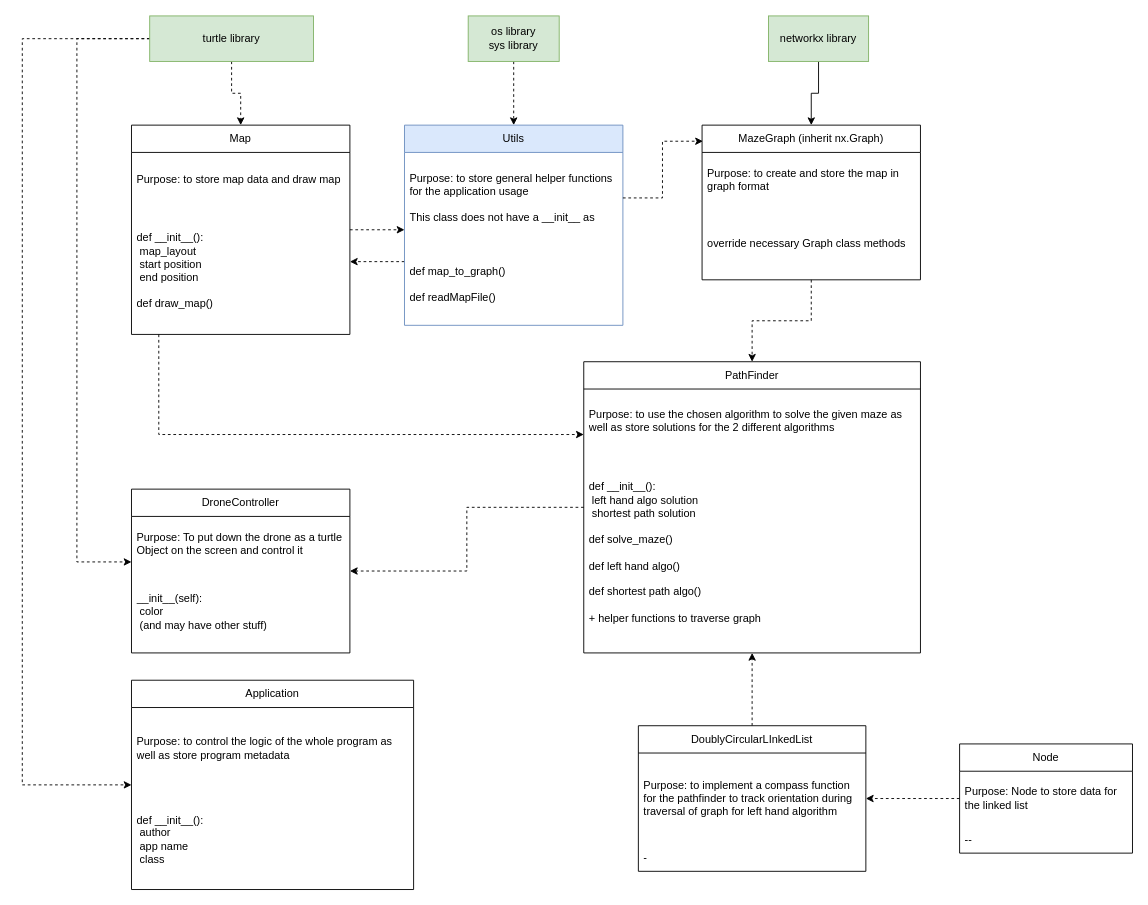
This is page "Class Design" (1 of 3) of diagrams/program_diagrams.drawio from junnjiee16/ST1507-DSAA-Maze-Solver, a draw.io file, before an edit. Source tidied: cells renumbered, new cells numbered last; positions are measured from the earlier drawing's top-left corner, leaving out a move shared by most shapes. Both pictures are drawn from the tidied source at 91%, with x=0, y=0 at pixel (22, 15).
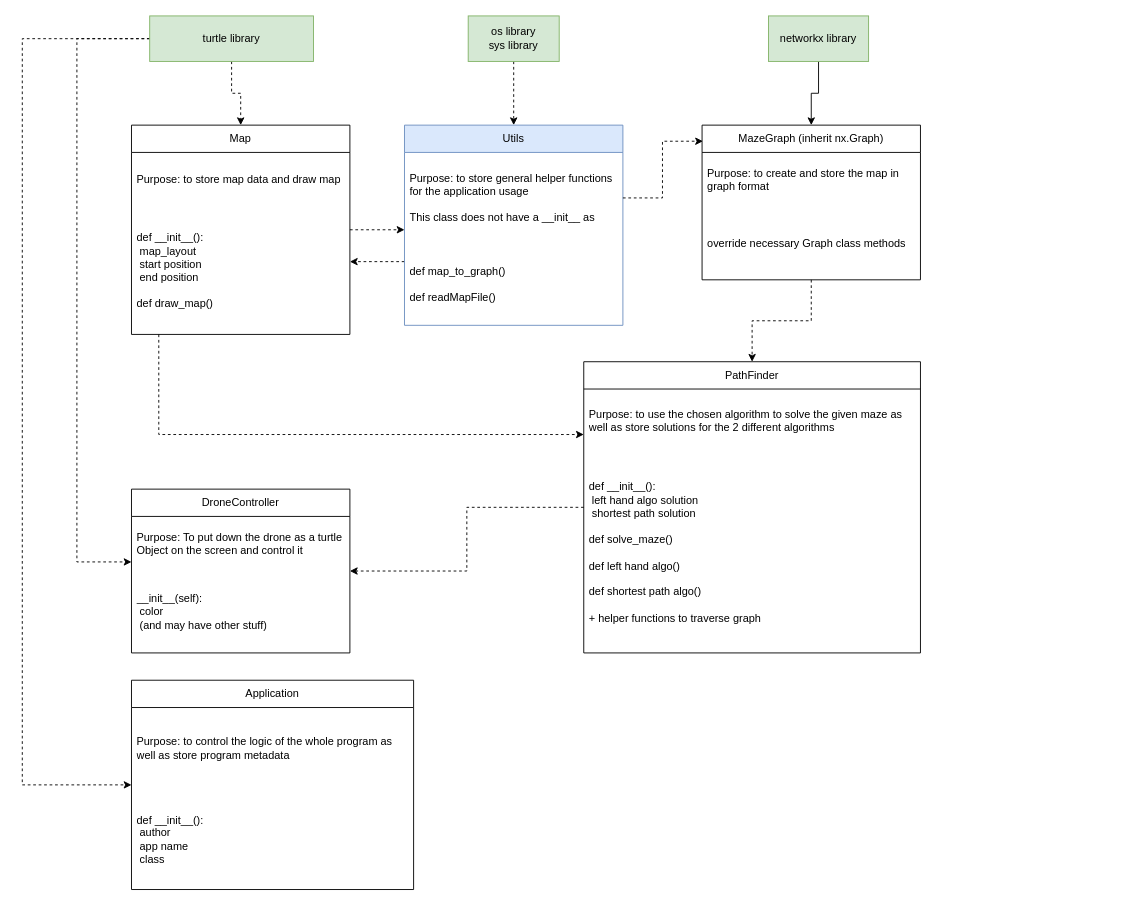
Above is the later version.

The change refers to these unchanged cells:
```xml
<mxCell id="15" value="PathFinder" style="swimlane;fontStyle=0;horizontal=1;startSize=30;whiteSpace=wrap;html=1;" parent="1" vertex="1">
  <mxGeometry x="617" y="380" width="370" height="320" as="geometry" />
</mxCell>
```

What changed in the source:
```diff
@@
-    <mxCell id="34" style="edgeStyle=orthogonalEdgeStyle;rounded=0;jettySize=auto;html=1;dashed=1;" parent="1" edge="1" source="35" target="15">
-      <mxGeometry relative="1" as="geometry" />
-    </mxCell>
-    <mxCell id="35" value="DoublyCircularLInkedList" style="swimlane;fontStyle=0;horizontal=1;startSize=30;whiteSpace=wrap;html=1;" parent="1" vertex="1">
-      <mxGeometry x="677" y="780" width="250" height="160" as="geometry" />
-    </mxCell>
-    <mxCell id="36" value="Purpose: to implement a compass function for the pathfinder to track orientation during traversal of graph for left hand algorithm" style="text;strokeColor=none;fillColor=none;align=left;verticalAlign=middle;spacingLeft=4;spacingRight=4;overflow=hidden;whiteSpace=wrap;html=1;" parent="35" vertex="1">
-      <mxGeometry y="30" width="250" height="100" as="geometry" />
-    </mxCell>
-    <mxCell id="37" value="-" style="text;strokeColor=none;fillColor=none;align=left;verticalAlign=middle;spacingLeft=4;spacingRight=4;overflow=hidden;whiteSpace=wrap;html=1;" parent="35" vertex="1">
-      <mxGeometry y="130" width="250" height="30" as="geometry" />
-    </mxCell>
-    <mxCell id="38" style="edgeStyle=orthogonalEdgeStyle;rounded=0;jettySize=auto;html=1;dashed=1;" parent="1" edge="1" source="39" target="35">
-      <mxGeometry relative="1" as="geometry" />
-    </mxCell>
-    <mxCell id="39" value="Node" style="swimlane;fontStyle=0;horizontal=1;startSize=30;whiteSpace=wrap;html=1;" parent="1" vertex="1">
-      <mxGeometry x="1030" y="800" width="190" height="120" as="geometry" />
-    </mxCell>
-    <mxCell id="40" value="Purpose: Node to store data for the linked list" style="text;strokeColor=none;fillColor=none;align=left;verticalAlign=middle;spacingLeft=4;spacingRight=4;overflow=hidden;whiteSpace=wrap;html=1;" parent="39" vertex="1">
-      <mxGeometry y="30" width="190" height="60" as="geometry" />
-    </mxCell>
-    <mxCell id="41" value="--" style="text;strokeColor=none;fillColor=none;align=left;verticalAlign=middle;spacingLeft=4;spacingRight=4;overflow=hidden;whiteSpace=wrap;html=1;" parent="39" vertex="1">
-      <mxGeometry y="90" width="190" height="30" as="geometry" />
-    </mxCell>
```
